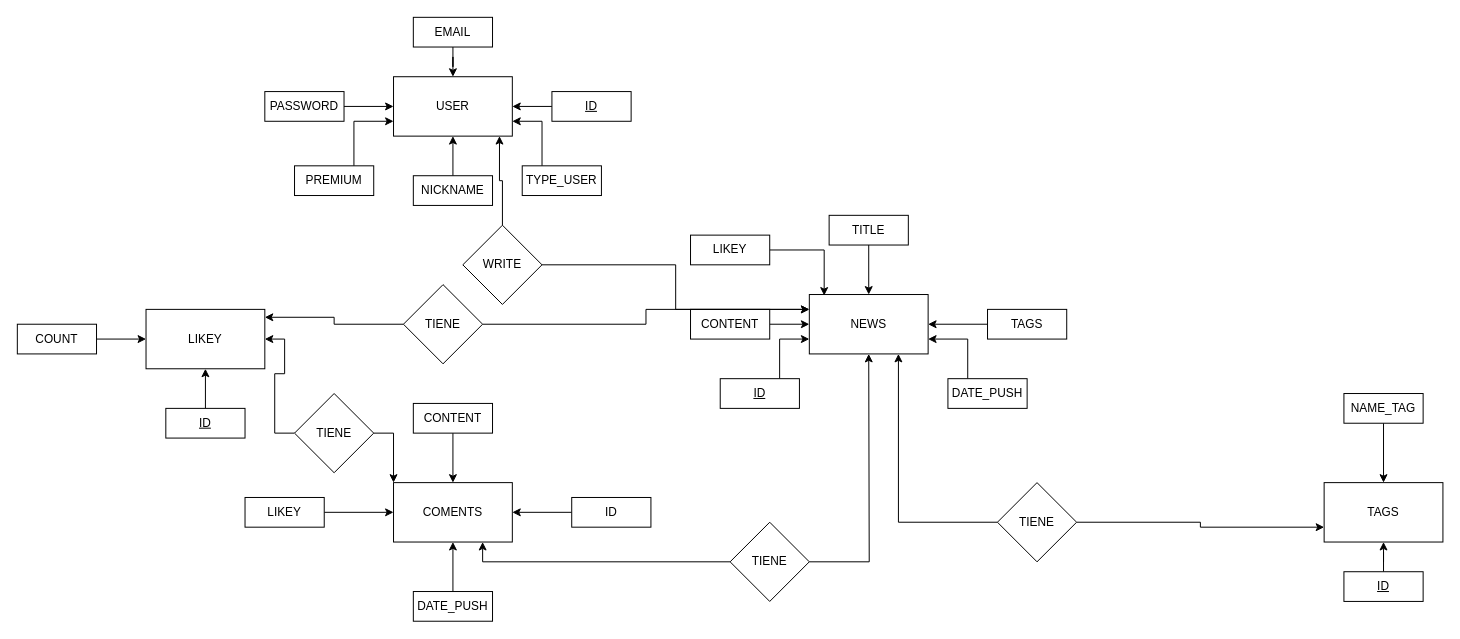
Earlier version of the draw.io diagram page "ER" (1 of 2) of Bases_de_datos/newsplat.dio (bsebas/courses_platzi). Source tidied: cells renumbered, new cells numbered last; positions are measured from the earlier drawing's top-left corner, leaving out a move shared by most shapes. Both pictures are drawn from the tidied source at 99%, with x=0, y=0 at pixel (17, 17).
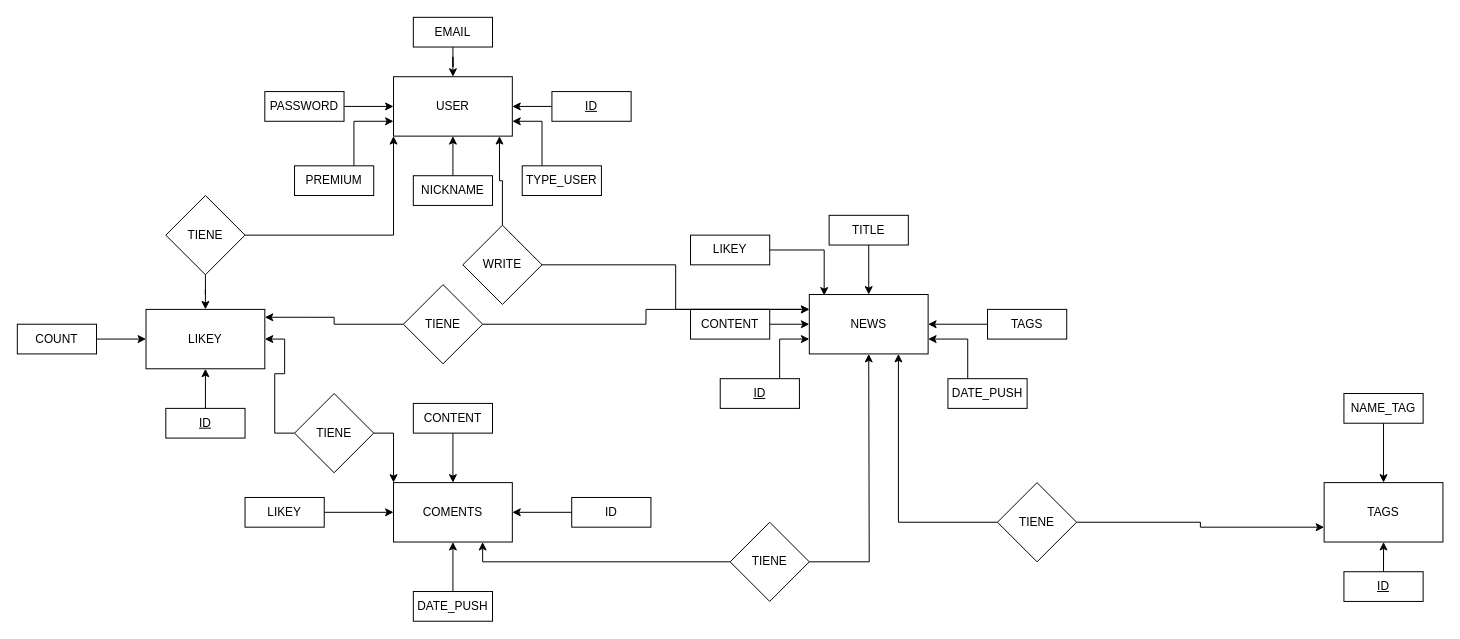
After the change.

The change refers to these unchanged cells:
```xml
<mxCell id="13" value="USER" style="whiteSpace=wrap;html=1;" parent="1" vertex="1">
  <mxGeometry x="380" y="60" width="120" height="60" as="geometry" />
</mxCell>
<mxCell id="37" value="LIKEY" style="whiteSpace=wrap;html=1;" parent="1" vertex="1">
  <mxGeometry x="130" y="295" width="120" height="60" as="geometry" />
</mxCell>
```

Change to the diagram source:
```diff
@@
+    <mxCell id="62" style="edgeStyle=orthogonalEdgeStyle;rounded=0;jettySize=auto;html=1;entryX=0;entryY=1;entryDx=0;entryDy=0;" parent="1" edge="1" source="64" target="13">
+      <mxGeometry relative="1" as="geometry" />
+    </mxCell>
+    <mxCell id="63" style="edgeStyle=orthogonalEdgeStyle;rounded=0;jettySize=auto;html=1;" parent="1" edge="1" source="64" target="37">
+      <mxGeometry relative="1" as="geometry" />
+    </mxCell>
+    <mxCell id="64" value="TIENE" style="rhombus;whiteSpace=wrap;html=1;" parent="1" vertex="1">
+      <mxGeometry x="150" y="180" width="80" height="80" as="geometry" />
+    </mxCell>
```
